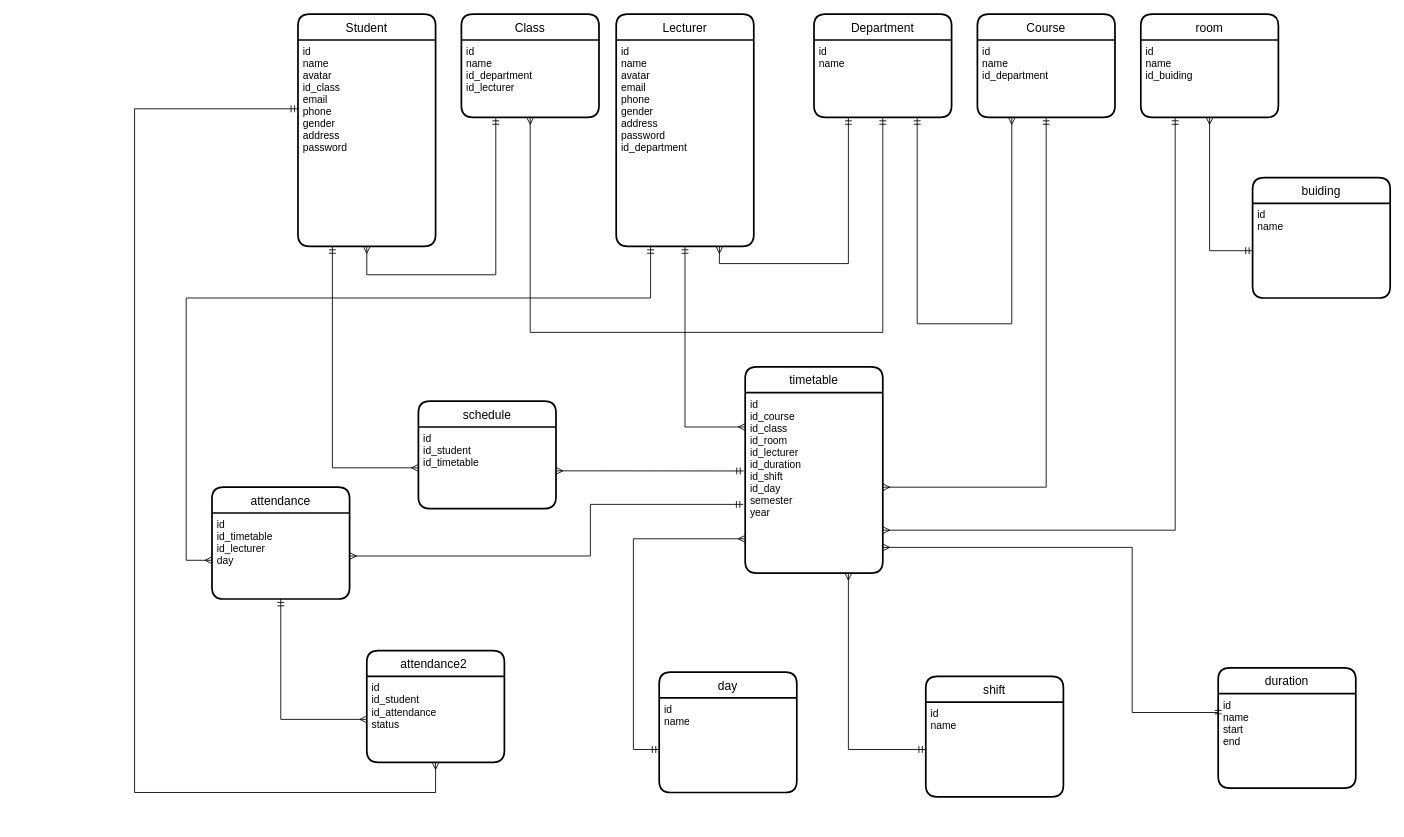
The draw.io diagram document/doan2.drawio in buiviet666/phan_mem_diem_danh_j2teamnnl, before the edit. Source tidied: cells renumbered, new cells numbered last; positions are measured from the earlier drawing's top-left corner, leaving out a move shared by most shapes. Both pictures are drawn from the tidied source at 86%, with x=0, y=0 at pixel (134, 14).
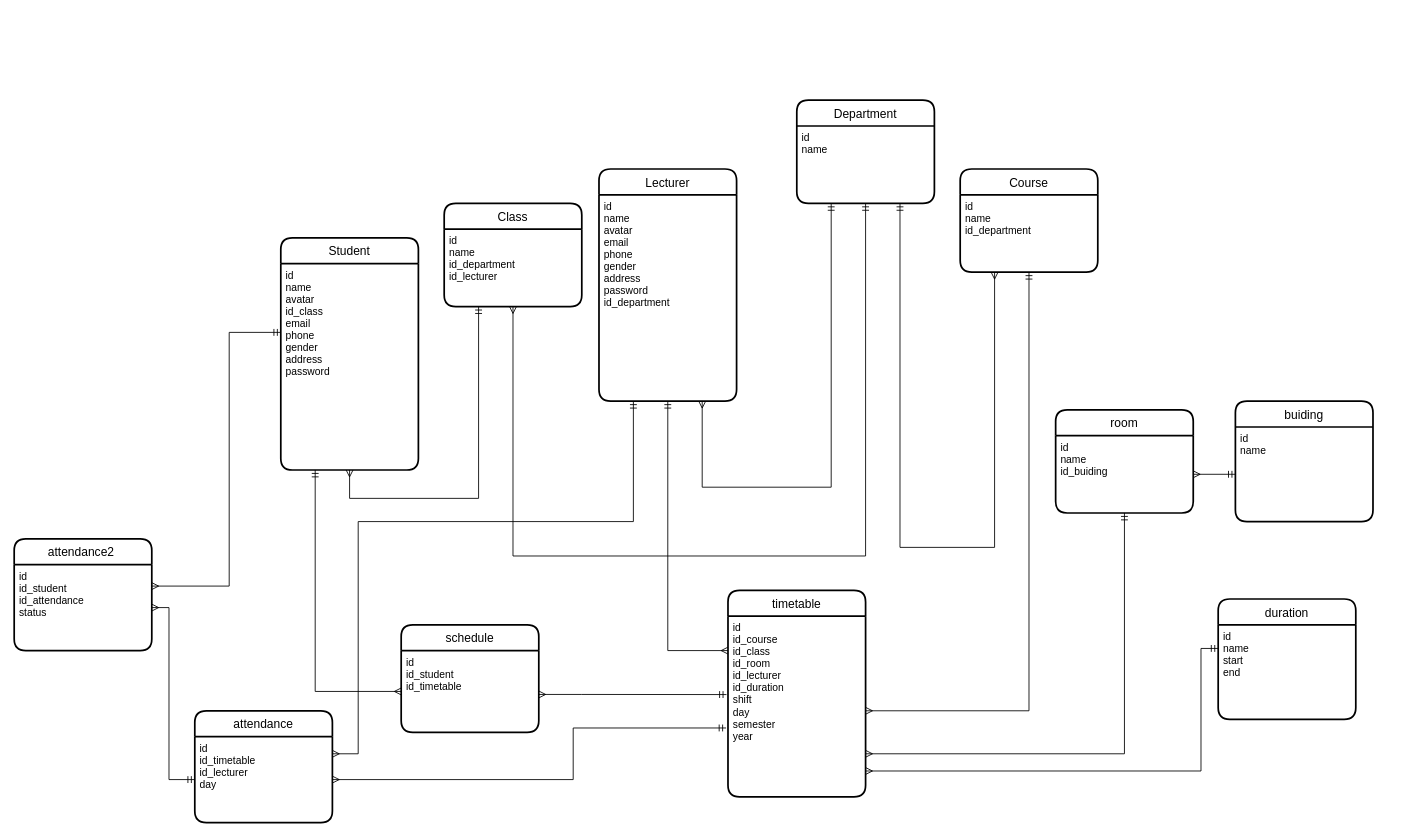
The same page after the edit.

Unchanged cells that the change refers to:
```xml
<mxCell id="3" value="id&#10;name&#10;avatar&#10;id_class&#10;email &#10;phone&#10;gender&#10;address&#10;password&#10;" style="align=left;strokeColor=none;fillColor=none;spacingLeft=4;fontSize=12;verticalAlign=top;" parent="2" vertex="1">
  <mxGeometry y="30" width="160" height="240" as="geometry" />
</mxCell>
<mxCell id="6" value="id&#10;name&#10;id_department&#10;id_lecturer" style="align=left;strokeColor=none;fillColor=none;spacingLeft=4;fontSize=12;verticalAlign=top;" parent="5" vertex="1">
  <mxGeometry y="30" width="160" height="90" as="geometry" />
</mxCell>
<mxCell id="8" value="id&#10;name" style="align=left;strokeColor=none;fillColor=none;spacingLeft=4;fontSize=12;verticalAlign=top;" parent="7" vertex="1">
  <mxGeometry y="30" width="160" height="90" as="geometry" />
</mxCell>
<mxCell id="13" value="id&#10;name&#10;id_department" style="align=left;strokeColor=none;fillColor=none;spacingLeft=4;fontSize=12;verticalAlign=top;" parent="12" vertex="1">
  <mxGeometry y="30" width="160" height="90" as="geometry" />
</mxCell>
<mxCell id="15" value="id&#10;name&#10;id_buiding&#10;" style="align=left;strokeColor=none;fillColor=none;spacingLeft=4;fontSize=12;verticalAlign=top;" parent="14" vertex="1">
  <mxGeometry y="30" width="160" height="90" as="geometry" />
</mxCell>
<mxCell id="17" value="id&#10;name &#10;" style="align=left;strokeColor=none;fillColor=none;spacingLeft=4;fontSize=12;verticalAlign=top;" parent="16" vertex="1">
  <mxGeometry y="30" width="160" height="110" as="geometry" />
</mxCell>
<mxCell id="21" value="id&#10;name&#10;start&#10;end     &#10;" style="align=left;strokeColor=none;fillColor=none;spacingLeft=4;fontSize=12;verticalAlign=top;" parent="20" vertex="1">
  <mxGeometry y="30" width="160" height="110" as="geometry" />
</mxCell>
<mxCell id="24" value="id&#10;name&#10;avatar&#10;email&#10;phone&#10;gender&#10;address&#10;password&#10;id_department" style="align=left;strokeColor=none;fillColor=none;spacingLeft=4;fontSize=12;verticalAlign=top;" parent="23" vertex="1">
  <mxGeometry y="30" width="160" height="240" as="geometry" />
</mxCell>
<mxCell id="33" value="id&#10;id_student&#10;id_timetable" style="align=left;strokeColor=none;fillColor=none;spacingLeft=4;fontSize=12;verticalAlign=top;" parent="32" vertex="1">
  <mxGeometry y="30" width="160" height="95" as="geometry" />
</mxCell>
<mxCell id="40" value="id&#10;id_timetable&#10;id_lecturer&#10;day&#10;" style="align=left;strokeColor=none;fillColor=none;spacingLeft=4;fontSize=12;verticalAlign=top;" parent="39" vertex="1">
  <mxGeometry y="30" width="160" height="100" as="geometry" />
</mxCell>
```

Diff of the diagram source:
```diff
@@
     <mxCell id="2" value="Student" style="swimlane;horizontal=1;startSize=30;rounded=1;fontSize=14;fontStyle=0;strokeWidth=2;shadow=0;dashed=0;align=center;" parent="1" vertex="1">
-      <mxGeometry x="190" width="160" height="270" as="geometry" />
+      <mxGeometry x="170" y="260" width="160" height="270" as="geometry" />
     </mxCell>
@@
     <mxCell id="4" style="edgeStyle=orthogonalEdgeStyle;rounded=0;jettySize=auto;html=1;entryX=0.5;entryY=1;entryDx=0;entryDy=0;startArrow=ERmany;startFill=0;endArrow=ERmandOne;endFill=0;" parent="1" edge="1" source="5" target="8">
       <mxGeometry relative="1" as="geometry">
         <Array as="points">
-          <mxPoint x="460" y="370" />
-          <mxPoint x="870" y="370" />
+          <mxPoint x="440" y="630" />
+          <mxPoint x="850" y="630" />
         </Array>
       </mxGeometry>
     </mxCell>
     <mxCell id="5" value="Class" style="swimlane;horizontal=1;startSize=30;rounded=1;fontSize=14;fontStyle=0;strokeWidth=2;shadow=0;dashed=0;align=center;" parent="1" vertex="1">
-      <mxGeometry x="380" width="160" height="120" as="geometry" />
+      <mxGeometry x="360" y="220" width="160" height="120" as="geometry" />
     </mxCell>
@@
     <mxCell id="7" value="Department" style="swimlane;horizontal=1;startSize=30;rounded=1;fontSize=14;fontStyle=0;strokeWidth=2;shadow=0;dashed=0;align=center;" parent="1" vertex="1">
-      <mxGeometry x="790" width="160" height="120" as="geometry" />
+      <mxGeometry x="770" y="100" width="160" height="120" as="geometry" />
     </mxCell>
@@
     <mxCell id="9" style="edgeStyle=orthogonalEdgeStyle;rounded=0;jettySize=auto;html=1;entryX=0;entryY=0.25;entryDx=0;entryDy=0;startArrow=ERmany;startFill=0;endArrow=ERmandOne;endFill=0;" parent="1" edge="1" source="10" target="21">
       <mxGeometry relative="1" as="geometry">
         <Array as="points">
-          <mxPoint x="1160" y="620" />
-          <mxPoint x="1160" y="812" />
-          <mxPoint x="1260" y="812" />
+          <mxPoint x="1240" y="880" />
+          <mxPoint x="1240" y="738" />
         </Array>
       </mxGeometry>
     </mxCell>
     <mxCell id="10" value="timetable" style="swimlane;horizontal=1;startSize=30;rounded=1;fontSize=14;fontStyle=0;strokeWidth=2;shadow=0;dashed=0;align=center;" parent="1" vertex="1">
-      <mxGeometry x="710" y="410" width="160" height="240" as="geometry" />
+      <mxGeometry x="690" y="670" width="160" height="240" as="geometry" />
     </mxCell>
-    <mxCell id="11" value="id&#10;id_course&#10;id_class&#10;id_room&#10;id_lecturer&#10;id_duration&#10;id_shift&#10;id_day&#10;semester&#10;year&#10;" style="align=left;strokeColor=none;fillColor=none;spacingLeft=4;fontSize=12;verticalAlign=top;" parent="10" vertex="1">
+    <mxCell id="11" value="id&#10;id_course&#10;id_class&#10;id_room&#10;id_lecturer&#10;id_duration&#10;shift&#10;day&#10;semester&#10;year&#10;" style="align=left;strokeColor=none;fillColor=none;spacingLeft=4;fontSize=12;verticalAlign=top;" parent="10" vertex="1">
       <mxGeometry y="30" width="160" height="210" as="geometry" />
     </mxCell>
     <mxCell id="12" value="Course" style="swimlane;horizontal=1;startSize=30;rounded=1;fontSize=14;fontStyle=0;strokeWidth=2;shadow=0;dashed=0;align=center;" parent="1" vertex="1">
-      <mxGeometry x="980" width="160" height="120" as="geometry" />
+      <mxGeometry x="960" y="180" width="160" height="120" as="geometry" />
     </mxCell>
@@
     <mxCell id="14" value="room" style="swimlane;horizontal=1;startSize=30;rounded=1;fontSize=14;fontStyle=0;strokeWidth=2;shadow=0;dashed=0;align=center;" parent="1" vertex="1">
-      <mxGeometry x="1170" width="160" height="120" as="geometry" />
+      <mxGeometry x="1071" y="460" width="160" height="120" as="geometry" />
     </mxCell>
@@
     <mxCell id="16" value="buiding" style="swimlane;horizontal=1;startSize=30;rounded=1;fontSize=14;fontStyle=0;strokeWidth=2;shadow=0;dashed=0;align=center;" parent="1" vertex="1">
-      <mxGeometry x="1300" y="190" width="160" height="140" as="geometry" />
+      <mxGeometry x="1280" y="450" width="160" height="140" as="geometry" />
     </mxCell>
@@
-    <mxCell id="18" value="shift" style="swimlane;horizontal=1;startSize=30;rounded=1;fontSize=14;fontStyle=0;strokeWidth=2;shadow=0;dashed=0;align=center;" parent="1" vertex="1">
-      <mxGeometry x="920" y="770" width="160" height="140" as="geometry" />
-    </mxCell>
-    <mxCell id="19" value="id&#10;name&#10;" style="align=left;strokeColor=none;fillColor=none;spacingLeft=4;fontSize=12;verticalAlign=top;" parent="18" vertex="1">
-      <mxGeometry y="30" width="160" height="110" as="geometry" />
-    </mxCell>
     <mxCell id="20" value="duration" style="swimlane;horizontal=1;startSize=30;rounded=1;fontSize=14;fontStyle=0;strokeWidth=2;shadow=0;dashed=0;align=center;" parent="1" vertex="1">
-      <mxGeometry x="1260" y="760" width="160" height="140" as="geometry" />
+      <mxGeometry x="1260" y="680" width="160" height="140" as="geometry" />
     </mxCell>
@@
     <mxCell id="22" style="edgeStyle=orthogonalEdgeStyle;fontSize=12;html=1;endArrow=ERmandOne;startArrow=ERmany;rounded=0;entryX=0.25;entryY=1;entryDx=0;entryDy=0;startFill=0;exitX=0.75;exitY=1;exitDx=0;exitDy=0;" parent="1" edge="1" source="24" target="8">
       <mxGeometry relative="1" as="geometry">
         <Array as="points">
-          <mxPoint x="680" y="290" />
-          <mxPoint x="830" y="290" />
+          <mxPoint x="660" y="550" />
+          <mxPoint x="810" y="550" />
         </Array>
       </mxGeometry>
     </mxCell>
     <mxCell id="23" value="Lecturer" style="swimlane;horizontal=1;startSize=30;rounded=1;fontSize=14;fontStyle=0;strokeWidth=2;shadow=0;dashed=0;align=center;" parent="1" vertex="1">
-      <mxGeometry x="560" width="160" height="270" as="geometry" />
+      <mxGeometry x="540" y="180" width="160" height="270" as="geometry" />
     </mxCell>
@@
     <mxCell id="25" style="edgeStyle=orthogonalEdgeStyle;fontSize=12;html=1;endArrow=ERmandOne;startArrow=ERmany;rounded=0;startFill=0;entryX=0.25;entryY=1;entryDx=0;entryDy=0;exitX=0.5;exitY=1;exitDx=0;exitDy=0;" parent="1" edge="1" source="3" target="6">
       <mxGeometry relative="1" as="geometry">
         <Array as="points">
-          <mxPoint x="270" y="303" />
-          <mxPoint x="420" y="303" />
+          <mxPoint x="250" y="563" />
+          <mxPoint x="400" y="563" />
         </Array>
       </mxGeometry>
     </mxCell>
     <mxCell id="26" style="edgeStyle=orthogonalEdgeStyle;fontSize=12;html=1;endArrow=ERmany;startArrow=ERmandOne;rounded=0;exitX=0.75;exitY=1;exitDx=0;exitDy=0;entryX=0.25;entryY=1;entryDx=0;entryDy=0;endFill=0;startFill=0;" parent="1" edge="1" source="8" target="13">
       <mxGeometry relative="1" as="geometry">
         <Array as="points">
-          <mxPoint x="910" y="360" />
-          <mxPoint x="1020" y="360" />
+          <mxPoint x="890" y="620" />
+          <mxPoint x="1000" y="620" />
         </Array>
       </mxGeometry>
     </mxCell>
     <mxCell id="27" style="edgeStyle=orthogonalEdgeStyle;rounded=0;jettySize=auto;html=1;startArrow=ERmany;startFill=0;endArrow=ERmandOne;endFill=0;entryX=0.5;entryY=1;entryDx=0;entryDy=0;" parent="1" edge="1" source="11" target="24">
       <mxGeometry relative="1" as="geometry">
         <Array as="points">
-          <mxPoint x="640" y="480" />
+          <mxPoint x="620" y="740" />
         </Array>
       </mxGeometry>
     </mxCell>
-    <mxCell id="28" style="edgeStyle=orthogonalEdgeStyle;rounded=0;jettySize=auto;html=1;startArrow=ERmany;startFill=0;endArrow=ERmandOne;endFill=0;entryX=0.25;entryY=1;entryDx=0;entryDy=0;" parent="1" edge="1" source="11" target="15">
+    <mxCell id="28" style="edgeStyle=orthogonalEdgeStyle;rounded=0;jettySize=auto;html=1;startArrow=ERmany;startFill=0;endArrow=ERmandOne;endFill=0;entryX=0.5;entryY=1;entryDx=0;entryDy=0;" parent="1" edge="1" source="11" target="15">
       <mxGeometry relative="1" as="geometry">
         <Array as="points">
-          <mxPoint x="1210" y="600" />
+          <mxPoint x="1151" y="860" />
         </Array>
       </mxGeometry>
     </mxCell>
     <mxCell id="29" style="edgeStyle=orthogonalEdgeStyle;rounded=0;jettySize=auto;html=1;entryX=0.5;entryY=1;entryDx=0;entryDy=0;startArrow=ERmany;startFill=0;endArrow=ERmandOne;endFill=0;" parent="1" edge="1" source="11" target="13">
       <mxGeometry relative="1" as="geometry">
         <Array as="points">
-          <mxPoint x="1060" y="550" />
+          <mxPoint x="1040" y="810" />
         </Array>
       </mxGeometry>
     </mxCell>
-    <mxCell id="30" style="edgeStyle=orthogonalEdgeStyle;rounded=0;jettySize=auto;html=1;startArrow=ERmany;startFill=0;endArrow=ERmandOne;endFill=0;entryX=0;entryY=0.5;entryDx=0;entryDy=0;exitX=0.5;exitY=1;exitDx=0;exitDy=0;" parent="1" edge="1" source="15" target="17">
+    <mxCell id="30" style="edgeStyle=orthogonalEdgeStyle;rounded=0;jettySize=auto;html=1;startArrow=ERmany;startFill=0;endArrow=ERmandOne;endFill=0;entryX=0;entryY=0.5;entryDx=0;entryDy=0;exitX=1;exitY=0.5;exitDx=0;exitDy=0;" parent="1" edge="1" source="15" target="17">
       <mxGeometry relative="1" as="geometry">
         <Array as="points">
-          <mxPoint x="1250" y="275" />
+          <mxPoint x="1231" y="535" />
         </Array>
       </mxGeometry>
     </mxCell>
-    <mxCell id="31" style="edgeStyle=orthogonalEdgeStyle;rounded=0;jettySize=auto;html=1;startArrow=ERmany;startFill=0;endArrow=ERmandOne;endFill=0;entryX=0;entryY=0.5;entryDx=0;entryDy=0;" parent="1" edge="1" source="11" target="19">
-      <mxGeometry relative="1" as="geometry">
-        <Array as="points">
-          <mxPoint x="830" y="855" />
-        </Array>
-      </mxGeometry>
-    </mxCell>
     <mxCell id="32" value="schedule" style="swimlane;horizontal=1;startSize=30;rounded=1;fontSize=14;fontStyle=0;strokeWidth=2;shadow=0;dashed=0;align=center;" parent="1" vertex="1">
-      <mxGeometry x="330" y="450" width="160" height="125" as="geometry" />
+      <mxGeometry x="310" y="710" width="160" height="125" as="geometry" />
     </mxCell>
@@
     <mxCell id="34" style="edgeStyle=orthogonalEdgeStyle;rounded=0;jettySize=auto;html=1;startArrow=ERmany;startFill=0;endArrow=ERmandOne;endFill=0;entryX=-0.011;entryY=0.434;entryDx=0;entryDy=0;entryPerimeter=0;" parent="1" edge="1" source="33" target="11">
       <mxGeometry relative="1" as="geometry">
         <Array as="points">
-          <mxPoint x="540" y="531" />
-          <mxPoint x="540" y="531" />
+          <mxPoint x="520" y="791" />
+          <mxPoint x="520" y="791" />
         </Array>
       </mxGeometry>
     </mxCell>
     <mxCell id="35" style="edgeStyle=orthogonalEdgeStyle;rounded=0;jettySize=auto;html=1;entryX=0.25;entryY=1;entryDx=0;entryDy=0;startArrow=ERmany;startFill=0;endArrow=ERmandOne;endFill=0;exitX=0;exitY=0.5;exitDx=0;exitDy=0;" parent="1" edge="1" source="33" target="3">
       <mxGeometry relative="1" as="geometry">
         <Array as="points">
-          <mxPoint x="230" y="528" />
+          <mxPoint x="210" y="788" />
         </Array>
       </mxGeometry>
     </mxCell>
-    <mxCell id="36" value="day" style="swimlane;horizontal=1;startSize=30;rounded=1;fontSize=14;fontStyle=0;strokeWidth=2;shadow=0;dashed=0;align=center;" parent="1" vertex="1">
-      <mxGeometry x="610" y="765" width="160" height="140" as="geometry" />
-    </mxCell>
-    <mxCell id="37" value="id&#10;name&#10;" style="align=left;strokeColor=none;fillColor=none;spacingLeft=4;fontSize=12;verticalAlign=top;" parent="36" vertex="1">
-      <mxGeometry y="30" width="160" height="110" as="geometry" />
-    </mxCell>
-    <mxCell id="38" style="edgeStyle=orthogonalEdgeStyle;rounded=0;jettySize=auto;html=1;startArrow=ERmandOne;startFill=0;endArrow=ERmany;endFill=0;" parent="1" edge="1" source="37">
-      <mxGeometry relative="1" as="geometry">
-        <mxPoint x="710" y="610" as="targetPoint" />
-        <Array as="points">
-          <mxPoint x="580" y="855" />
-          <mxPoint x="580" y="610" />
-        </Array>
-      </mxGeometry>
-    </mxCell>
     <mxCell id="39" value="attendance" style="swimlane;horizontal=1;startSize=30;rounded=1;fontSize=14;fontStyle=0;strokeWidth=2;shadow=0;dashed=0;align=center;" parent="1" vertex="1">
-      <mxGeometry x="90" y="550" width="160" height="130" as="geometry" />
+      <mxGeometry x="70" y="810" width="160" height="130" as="geometry" />
     </mxCell>
@@
     <mxCell id="41" value="attendance2 " style="swimlane;horizontal=1;startSize=30;rounded=1;fontSize=14;fontStyle=0;strokeWidth=2;shadow=0;dashed=0;align=center;" parent="1" vertex="1">
-      <mxGeometry x="270" y="740" width="160" height="130" as="geometry" />
+      <mxGeometry x="-140" y="610" width="160" height="130" as="geometry" />
     </mxCell>
-    <mxCell id="42" value="id&#10;id_student&#10;id_attendance&#10;status" style="align=left;strokeColor=none;fillColor=none;spacingLeft=4;fontSize=12;verticalAlign=top;" parent="41" vertex="1">
+    <mxCell id="42" value="id &#10;id_student&#10;id_attendance&#10;status" style="align=left;strokeColor=none;fillColor=none;spacingLeft=4;fontSize=12;verticalAlign=top;" parent="41" vertex="1">
       <mxGeometry y="30" width="160" height="100" as="geometry" />
     </mxCell>
     <mxCell id="43" style="edgeStyle=orthogonalEdgeStyle;rounded=0;jettySize=auto;html=1;entryX=-0.014;entryY=0.619;entryDx=0;entryDy=0;startArrow=ERmany;startFill=0;endArrow=ERmandOne;endFill=0;entryPerimeter=0;" parent="1" edge="1" source="40" target="11">
       <mxGeometry relative="1" as="geometry">
         <Array as="points">
-          <mxPoint x="530" y="630" />
-          <mxPoint x="530" y="570" />
+          <mxPoint x="510" y="890" />
+          <mxPoint x="510" y="830" />
         </Array>
       </mxGeometry>
     </mxCell>
-    <mxCell id="44" style="edgeStyle=orthogonalEdgeStyle;rounded=0;jettySize=auto;html=1;startArrow=ERmandOne;startFill=0;endArrow=ERmany;endFill=0;exitX=0.5;exitY=1;exitDx=0;exitDy=0;entryX=0;entryY=0.5;entryDx=0;entryDy=0;" parent="1" edge="1" source="40" target="42">
+    <mxCell id="44" style="edgeStyle=orthogonalEdgeStyle;rounded=0;jettySize=auto;html=1;startArrow=ERmandOne;startFill=0;endArrow=ERmany;endFill=0;exitX=0;exitY=0.5;exitDx=0;exitDy=0;entryX=1;entryY=0.5;entryDx=0;entryDy=0;" parent="1" edge="1" source="40" target="42">
       <mxGeometry relative="1" as="geometry">
         <Array as="points">
-          <mxPoint x="170" y="820" />
+          <mxPoint x="40" y="890" />
+          <mxPoint x="40" y="690" />
         </Array>
       </mxGeometry>
     </mxCell>
     <mxCell id="45" style="edgeStyle=orthogonalEdgeStyle;rounded=0;jettySize=auto;html=1;entryX=0.25;entryY=1;entryDx=0;entryDy=0;startArrow=ERmany;startFill=0;endArrow=ERmandOne;endFill=0;" parent="1" edge="1" source="40" target="24">
       <mxGeometry relative="1" as="geometry">
         <Array as="points">
-          <mxPoint x="60" y="635" />
-          <mxPoint x="60" y="330" />
-          <mxPoint x="600" y="330" />
+          <mxPoint x="260" y="860" />
+          <mxPoint x="260" y="590" />
+          <mxPoint x="580" y="590" />
         </Array>
       </mxGeometry>
     </mxCell>
-    <mxCell id="46" style="edgeStyle=orthogonalEdgeStyle;rounded=0;jettySize=auto;html=1;startArrow=ERmany;startFill=0;endArrow=ERmandOne;endFill=0;" parent="1" edge="1" source="42">
+    <mxCell id="46" style="edgeStyle=orthogonalEdgeStyle;rounded=0;jettySize=auto;html=1;startArrow=ERmany;startFill=0;endArrow=ERmandOne;endFill=0;exitX=1;exitY=0.25;exitDx=0;exitDy=0;" parent="1" edge="1" source="42">
       <mxGeometry relative="1" as="geometry">
-        <mxPoint x="190" y="110" as="targetPoint" />
+        <mxPoint x="170" y="370" as="targetPoint" />
         <Array as="points">
-          <mxPoint x="350" y="905" />
-          <mxPoint y="905" />
-          <mxPoint y="110" />
-          <mxPoint x="190" y="110" />
+          <mxPoint x="110" y="665" />
+          <mxPoint x="110" y="370" />
         </Array>
       </mxGeometry>
     </mxCell>
```
